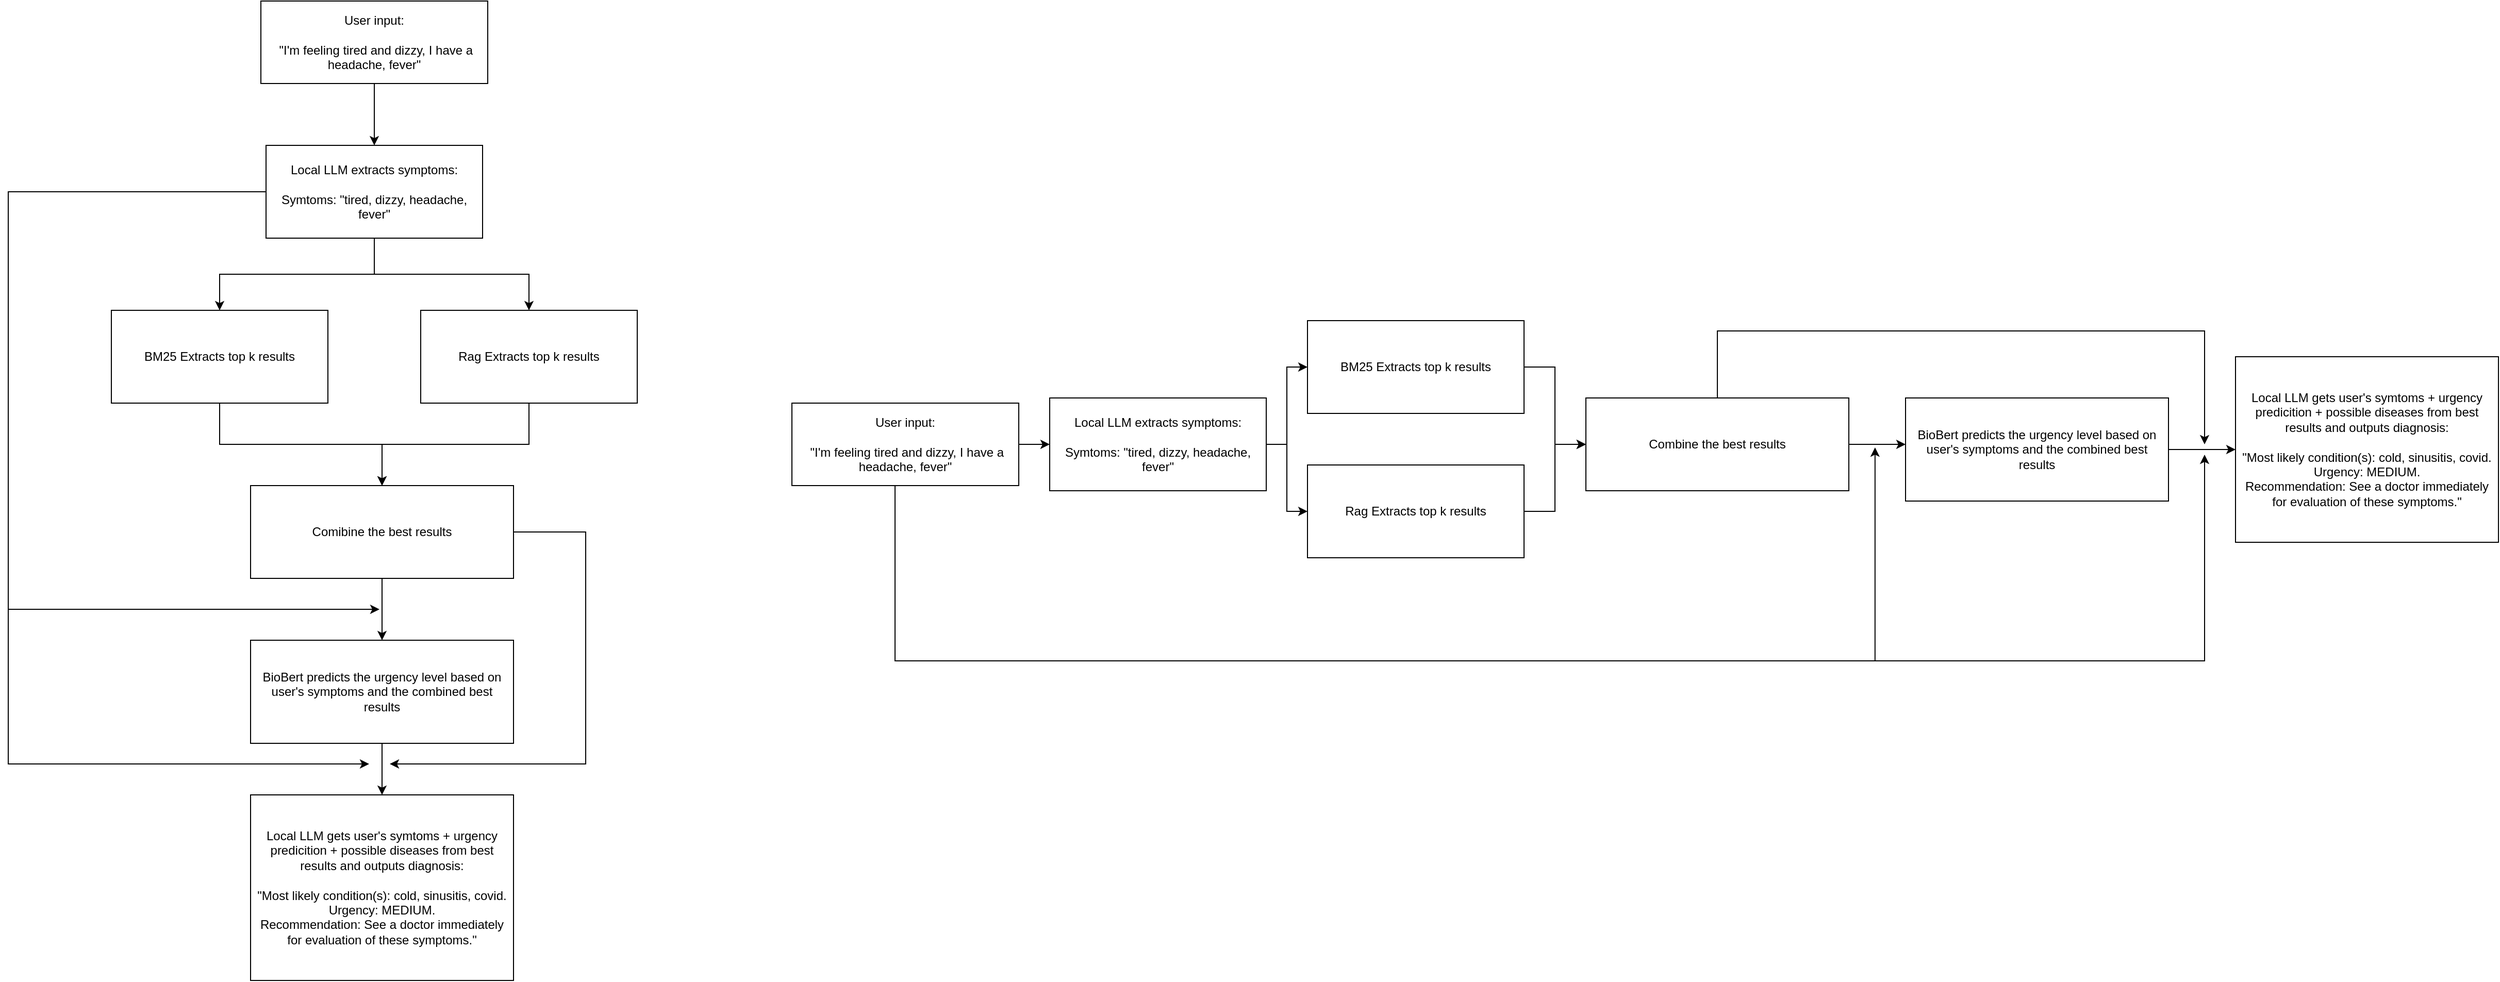
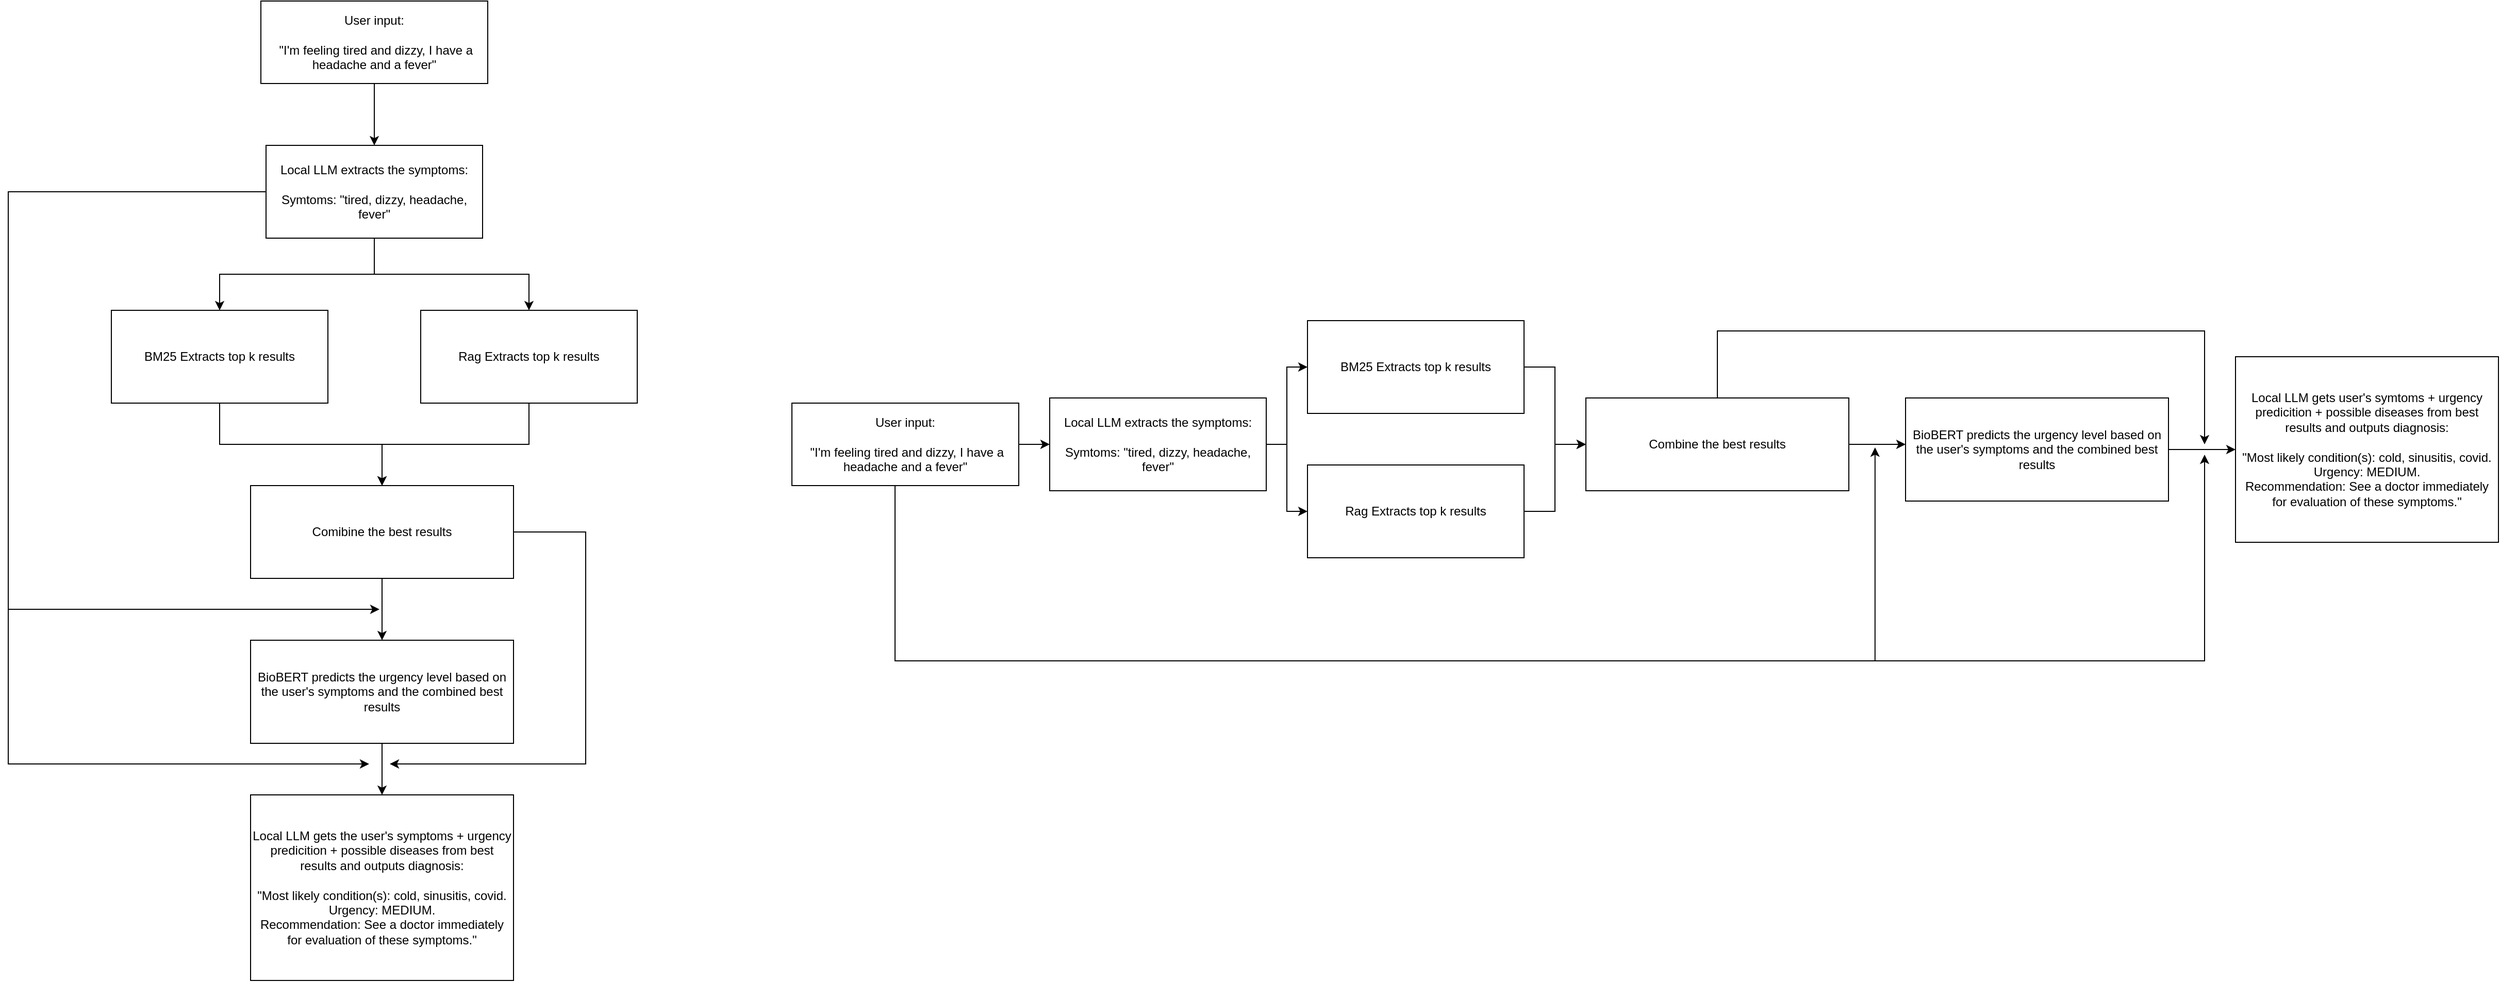
<mxfile host="app.diagrams.net">
  <diagram name="Page-1" id="xwwan3JBwpwhcqVraBZ7">
-     <mxGraphModel dx="2948" dy="1688" grid="1" gridSize="10" guides="1" tooltips="1" connect="1" arrows="1" fold="1" page="1" pageScale="1" pageWidth="1100" pageHeight="1700" math="0" shadow="0">
+     <mxGraphModel dx="1965" dy="1125" grid="1" gridSize="10" guides="1" tooltips="1" connect="1" arrows="1" fold="1" page="1" pageScale="1" pageWidth="1100" pageHeight="1700" math="0" shadow="0">
      <root>
        <mxCell id="0" />
        <mxCell id="1" parent="0" />
        <mxCell id="aHj3oTs3HQtHgEqtrpzf-4" edge="1" parent="1" source="aHj3oTs3HQtHgEqtrpzf-1" style="edgeStyle=orthogonalEdgeStyle;rounded=0;orthogonalLoop=1;jettySize=auto;html=1;" target="aHj3oTs3HQtHgEqtrpzf-3">
          <mxGeometry relative="1" as="geometry" />
        </mxCell>
-         <mxCell id="aHj3oTs3HQtHgEqtrpzf-1" parent="1" style="rounded=0;whiteSpace=wrap;html=1;" value="User input:&lt;div&gt;&lt;br&gt;&lt;/div&gt;&lt;div&gt;&amp;nbsp;&quot;I&#39;m feeling tired and dizzy, I have a headache, fever&quot;&lt;/div&gt;" vertex="1">
+         <mxCell id="aHj3oTs3HQtHgEqtrpzf-1" parent="1" style="rounded=0;whiteSpace=wrap;html=1;" value="User input:&lt;div&gt;&lt;br&gt;&lt;/div&gt;&lt;div&gt;&amp;nbsp;&quot;I&#39;m feeling tired and dizzy, I have a headache and a fever&quot;&lt;/div&gt;" vertex="1">
          <mxGeometry height="80" width="220" x="355" y="30" as="geometry" />
        </mxCell>
        <mxCell id="aHj3oTs3HQtHgEqtrpzf-7" edge="1" parent="1" source="aHj3oTs3HQtHgEqtrpzf-3" style="edgeStyle=orthogonalEdgeStyle;rounded=0;orthogonalLoop=1;jettySize=auto;html=1;" target="aHj3oTs3HQtHgEqtrpzf-5">
          <mxGeometry relative="1" as="geometry" />
        </mxCell>
        <mxCell id="aHj3oTs3HQtHgEqtrpzf-8" edge="1" parent="1" source="aHj3oTs3HQtHgEqtrpzf-3" style="edgeStyle=orthogonalEdgeStyle;rounded=0;orthogonalLoop=1;jettySize=auto;html=1;entryX=0.5;entryY=0;entryDx=0;entryDy=0;" target="aHj3oTs3HQtHgEqtrpzf-6">
          <mxGeometry relative="1" as="geometry" />
        </mxCell>
        <mxCell id="aHj3oTs3HQtHgEqtrpzf-17" edge="1" parent="1" source="aHj3oTs3HQtHgEqtrpzf-3" style="edgeStyle=orthogonalEdgeStyle;rounded=0;orthogonalLoop=1;jettySize=auto;html=1;">
          <mxGeometry relative="1" as="geometry">
            <Array as="points">
              <mxPoint x="110" y="215" />
              <mxPoint x="110" y="770" />
              <mxPoint x="345" y="770" />
            </Array>
            <mxPoint x="460" y="770" as="targetPoint" />
          </mxGeometry>
        </mxCell>
-         <mxCell id="aHj3oTs3HQtHgEqtrpzf-3" parent="1" style="rounded=0;whiteSpace=wrap;html=1;" value="Local LLM extracts symptoms:&lt;div&gt;&lt;br&gt;&lt;/div&gt;&lt;div&gt;Symtoms: &quot;tired, dizzy, headache, fever&quot;&lt;/div&gt;" vertex="1">
+         <mxCell id="aHj3oTs3HQtHgEqtrpzf-3" parent="1" style="rounded=0;whiteSpace=wrap;html=1;" value="Local LLM extracts the symptoms:&lt;div&gt;&lt;br&gt;&lt;/div&gt;&lt;div&gt;Symtoms: &quot;tired, dizzy, headache, fever&quot;&lt;/div&gt;" vertex="1">
          <mxGeometry height="90" width="210" x="360" y="170" as="geometry" />
        </mxCell>
        <mxCell id="aHj3oTs3HQtHgEqtrpzf-10" edge="1" parent="1" source="aHj3oTs3HQtHgEqtrpzf-5" style="edgeStyle=orthogonalEdgeStyle;rounded=0;orthogonalLoop=1;jettySize=auto;html=1;" target="aHj3oTs3HQtHgEqtrpzf-9">
          <mxGeometry relative="1" as="geometry" />
        </mxCell>
        <mxCell id="aHj3oTs3HQtHgEqtrpzf-5" parent="1" style="rounded=0;whiteSpace=wrap;html=1;" value="BM25 Extracts top k results" vertex="1">
          <mxGeometry height="90" width="210" x="210" y="330" as="geometry" />
        </mxCell>
        <mxCell id="aHj3oTs3HQtHgEqtrpzf-11" edge="1" parent="1" source="aHj3oTs3HQtHgEqtrpzf-6" style="edgeStyle=orthogonalEdgeStyle;rounded=0;orthogonalLoop=1;jettySize=auto;html=1;entryX=0.5;entryY=0;entryDx=0;entryDy=0;" target="aHj3oTs3HQtHgEqtrpzf-9">
          <mxGeometry relative="1" as="geometry" />
        </mxCell>
        <mxCell id="aHj3oTs3HQtHgEqtrpzf-6" parent="1" style="rounded=0;whiteSpace=wrap;html=1;" value="Rag Extracts top k results" vertex="1">
          <mxGeometry height="90" width="210" x="510" y="330" as="geometry" />
        </mxCell>
        <mxCell id="aHj3oTs3HQtHgEqtrpzf-13" edge="1" parent="1" source="aHj3oTs3HQtHgEqtrpzf-9" style="edgeStyle=orthogonalEdgeStyle;rounded=0;orthogonalLoop=1;jettySize=auto;html=1;entryX=0.5;entryY=0;entryDx=0;entryDy=0;" target="aHj3oTs3HQtHgEqtrpzf-12">
          <mxGeometry relative="1" as="geometry" />
        </mxCell>
        <mxCell id="aHj3oTs3HQtHgEqtrpzf-45" edge="1" parent="1" source="aHj3oTs3HQtHgEqtrpzf-9" style="edgeStyle=orthogonalEdgeStyle;rounded=0;orthogonalLoop=1;jettySize=auto;html=1;">
          <mxGeometry relative="1" as="geometry">
            <Array as="points">
              <mxPoint x="670" y="545" />
              <mxPoint x="670" y="770" />
            </Array>
            <mxPoint x="480" y="770" as="targetPoint" />
          </mxGeometry>
        </mxCell>
        <mxCell id="aHj3oTs3HQtHgEqtrpzf-9" parent="1" style="rounded=0;whiteSpace=wrap;html=1;" value="Comibine the best results" vertex="1">
          <mxGeometry height="90" width="255" x="345" y="500" as="geometry" />
        </mxCell>
        <mxCell id="aHj3oTs3HQtHgEqtrpzf-15" edge="1" parent="1" source="aHj3oTs3HQtHgEqtrpzf-12" style="edgeStyle=orthogonalEdgeStyle;rounded=0;orthogonalLoop=1;jettySize=auto;html=1;entryX=0.5;entryY=0;entryDx=0;entryDy=0;" target="aHj3oTs3HQtHgEqtrpzf-16">
          <mxGeometry relative="1" as="geometry">
            <mxPoint x="450" y="810" as="targetPoint" />
          </mxGeometry>
        </mxCell>
-         <mxCell id="aHj3oTs3HQtHgEqtrpzf-12" parent="1" style="rounded=0;whiteSpace=wrap;html=1;" value="BioBert predicts the urgency level based on user&#39;s symptoms and the combined best results" vertex="1">
+         <mxCell id="aHj3oTs3HQtHgEqtrpzf-12" parent="1" style="rounded=0;whiteSpace=wrap;html=1;" value="BioBERT predicts the urgency level based on the user&#39;s symptoms and the combined best results" vertex="1">
          <mxGeometry height="100" width="255" x="345" y="650" as="geometry" />
        </mxCell>
        <mxCell id="aHj3oTs3HQtHgEqtrpzf-14" edge="1" parent="1" source="aHj3oTs3HQtHgEqtrpzf-3" style="edgeStyle=orthogonalEdgeStyle;rounded=0;orthogonalLoop=1;jettySize=auto;html=1;">
          <mxGeometry relative="1" as="geometry">
            <Array as="points">
              <mxPoint x="110" y="215" />
              <mxPoint x="110" y="620" />
              <mxPoint x="340" y="620" />
            </Array>
            <mxPoint x="470" y="620" as="targetPoint" />
          </mxGeometry>
        </mxCell>
-         <mxCell id="aHj3oTs3HQtHgEqtrpzf-16" parent="1" style="rounded=0;whiteSpace=wrap;html=1;" value="Local LLM gets user&#39;s symtoms + urgency predicition + possible diseases from best results and outputs diagnosis:&lt;div&gt;&lt;br&gt;&lt;/div&gt;&lt;div&gt;&quot;&lt;span style=&quot;background-color: transparent;&quot;&gt;Most likely condition(s): cold, sinusitis, covid.&lt;/span&gt;&lt;/div&gt;&lt;div&gt;Urgency: MEDIUM.&lt;/div&gt;&lt;div&gt;&lt;span style=&quot;background-color: transparent;&quot;&gt;Recommendation: See a doctor immediately for evaluation of these symptoms.&lt;/span&gt;&quot;&lt;/div&gt;" vertex="1">
+         <mxCell id="aHj3oTs3HQtHgEqtrpzf-16" parent="1" style="rounded=0;whiteSpace=wrap;html=1;" value="Local LLM gets the user&#39;s symptoms + urgency predicition + possible diseases from best results and outputs diagnosis:&lt;div&gt;&lt;br&gt;&lt;/div&gt;&lt;div&gt;&quot;&lt;span style=&quot;background-color: transparent;&quot;&gt;Most likely condition(s): cold, sinusitis, covid.&lt;/span&gt;&lt;/div&gt;&lt;div&gt;Urgency: MEDIUM.&lt;/div&gt;&lt;div&gt;&lt;span style=&quot;background-color: transparent;&quot;&gt;Recommendation: See a doctor immediately for evaluation of these symptoms.&lt;/span&gt;&quot;&lt;/div&gt;" vertex="1">
          <mxGeometry height="180" width="255" x="345" y="800" as="geometry" />
        </mxCell>
        <mxCell id="aHj3oTs3HQtHgEqtrpzf-19" edge="1" parent="1" source="aHj3oTs3HQtHgEqtrpzf-20" style="edgeStyle=orthogonalEdgeStyle;rounded=0;orthogonalLoop=1;jettySize=auto;html=1;" target="aHj3oTs3HQtHgEqtrpzf-24">
          <mxGeometry relative="1" as="geometry" />
        </mxCell>
        <mxCell id="aHj3oTs3HQtHgEqtrpzf-39" edge="1" parent="1" source="aHj3oTs3HQtHgEqtrpzf-20" style="edgeStyle=orthogonalEdgeStyle;rounded=0;orthogonalLoop=1;jettySize=auto;html=1;entryX=0.433;entryY=0.98;entryDx=0;entryDy=0;entryPerimeter=0;exitX=0.5;exitY=1;exitDx=0;exitDy=0;">
          <mxGeometry relative="1" as="geometry">
            <Array as="points">
              <mxPoint x="970" y="500" />
              <mxPoint x="970" y="670" />
              <mxPoint x="1920" y="670" />
            </Array>
            <mxPoint x="840" y="450" as="sourcePoint" />
            <mxPoint x="1920.415" y="463" as="targetPoint" />
          </mxGeometry>
        </mxCell>
        <mxCell id="aHj3oTs3HQtHgEqtrpzf-40" edge="1" parent="1" style="edgeStyle=orthogonalEdgeStyle;rounded=0;orthogonalLoop=1;jettySize=auto;html=1;">
          <mxGeometry relative="1" as="geometry">
            <Array as="points">
              <mxPoint x="970" y="670" />
              <mxPoint x="2240" y="670" />
              <mxPoint x="2240" y="470" />
            </Array>
            <mxPoint x="970" y="500" as="sourcePoint" />
            <mxPoint x="2240" y="470" as="targetPoint" />
          </mxGeometry>
        </mxCell>
-         <mxCell id="aHj3oTs3HQtHgEqtrpzf-20" parent="1" style="rounded=0;whiteSpace=wrap;html=1;" value="User input:&lt;div&gt;&lt;br&gt;&lt;/div&gt;&lt;div&gt;&amp;nbsp;&quot;I&#39;m feeling tired and dizzy, I have a headache, fever&quot;&lt;/div&gt;" vertex="1">
+         <mxCell id="aHj3oTs3HQtHgEqtrpzf-20" parent="1" style="rounded=0;whiteSpace=wrap;html=1;" value="User input:&lt;div&gt;&lt;br&gt;&lt;/div&gt;&lt;div&gt;&amp;nbsp;&quot;I&#39;m feeling tired and dizzy, I have a headache and a fever&quot;&lt;/div&gt;" vertex="1">
          <mxGeometry height="80" width="220" x="870.0000000000001" y="420" as="geometry" />
        </mxCell>
        <mxCell id="aHj3oTs3HQtHgEqtrpzf-21" edge="1" parent="1" source="aHj3oTs3HQtHgEqtrpzf-24" style="edgeStyle=orthogonalEdgeStyle;rounded=0;orthogonalLoop=1;jettySize=auto;html=1;" target="aHj3oTs3HQtHgEqtrpzf-26">
          <mxGeometry relative="1" as="geometry" />
        </mxCell>
        <mxCell id="aHj3oTs3HQtHgEqtrpzf-36" edge="1" parent="1" source="aHj3oTs3HQtHgEqtrpzf-24" style="edgeStyle=orthogonalEdgeStyle;rounded=0;orthogonalLoop=1;jettySize=auto;html=1;entryX=0;entryY=0.5;entryDx=0;entryDy=0;" target="aHj3oTs3HQtHgEqtrpzf-28">
          <mxGeometry relative="1" as="geometry" />
        </mxCell>
-         <mxCell id="aHj3oTs3HQtHgEqtrpzf-24" parent="1" style="rounded=0;whiteSpace=wrap;html=1;" value="Local LLM extracts symptoms:&lt;div&gt;&lt;br&gt;&lt;/div&gt;&lt;div&gt;Symtoms: &quot;tired, dizzy, headache, fever&quot;&lt;/div&gt;" vertex="1">
+         <mxCell id="aHj3oTs3HQtHgEqtrpzf-24" parent="1" style="rounded=0;whiteSpace=wrap;html=1;" value="Local LLM extracts the symptoms:&lt;div&gt;&lt;br&gt;&lt;/div&gt;&lt;div&gt;Symtoms: &quot;tired, dizzy, headache, fever&quot;&lt;/div&gt;" vertex="1">
          <mxGeometry height="90" width="210" x="1120" y="415" as="geometry" />
        </mxCell>
        <mxCell id="aHj3oTs3HQtHgEqtrpzf-25" edge="1" parent="1" source="aHj3oTs3HQtHgEqtrpzf-26" style="edgeStyle=orthogonalEdgeStyle;rounded=0;orthogonalLoop=1;jettySize=auto;html=1;" target="aHj3oTs3HQtHgEqtrpzf-30">
          <mxGeometry relative="1" as="geometry" />
        </mxCell>
        <mxCell id="aHj3oTs3HQtHgEqtrpzf-37" edge="1" parent="1" source="aHj3oTs3HQtHgEqtrpzf-28" style="edgeStyle=orthogonalEdgeStyle;rounded=0;orthogonalLoop=1;jettySize=auto;html=1;exitX=1;exitY=0.5;exitDx=0;exitDy=0;">
          <mxGeometry relative="1" as="geometry">
            <Array as="points">
              <mxPoint x="1610" y="525" />
              <mxPoint x="1610" y="460" />
            </Array>
            <mxPoint x="1640" y="460" as="targetPoint" />
          </mxGeometry>
        </mxCell>
        <mxCell id="aHj3oTs3HQtHgEqtrpzf-28" parent="1" style="rounded=0;whiteSpace=wrap;html=1;" value="Rag Extracts top k results" vertex="1">
          <mxGeometry height="90" width="210" x="1370" y="480" as="geometry" />
        </mxCell>
        <mxCell id="aHj3oTs3HQtHgEqtrpzf-42" edge="1" parent="1" source="aHj3oTs3HQtHgEqtrpzf-30" style="edgeStyle=orthogonalEdgeStyle;rounded=0;orthogonalLoop=1;jettySize=auto;html=1;">
          <mxGeometry relative="1" as="geometry">
            <Array as="points">
              <mxPoint x="1767" y="350" />
              <mxPoint x="2240" y="350" />
            </Array>
            <mxPoint x="2240" y="460" as="targetPoint" />
          </mxGeometry>
        </mxCell>
        <mxCell id="aHj3oTs3HQtHgEqtrpzf-30" parent="1" style="rounded=0;whiteSpace=wrap;html=1;" value="Combine the best results" vertex="1">
          <mxGeometry height="90" width="255" x="1640" y="415" as="geometry" />
        </mxCell>
        <mxCell id="aHj3oTs3HQtHgEqtrpzf-41" edge="1" parent="1" source="aHj3oTs3HQtHgEqtrpzf-32" style="edgeStyle=orthogonalEdgeStyle;rounded=0;orthogonalLoop=1;jettySize=auto;html=1;entryX=0;entryY=0.5;entryDx=0;entryDy=0;" target="aHj3oTs3HQtHgEqtrpzf-34">
          <mxGeometry relative="1" as="geometry" />
        </mxCell>
-         <mxCell id="aHj3oTs3HQtHgEqtrpzf-32" parent="1" style="rounded=0;whiteSpace=wrap;html=1;" value="BioBert predicts the urgency level based on user&#39;s symptoms and the combined best results" vertex="1">
+         <mxCell id="aHj3oTs3HQtHgEqtrpzf-32" parent="1" style="rounded=0;whiteSpace=wrap;html=1;" value="BioBERT predicts the urgency level based on the user&#39;s symptoms and the combined best results" vertex="1">
          <mxGeometry height="100" width="255" x="1950" y="415" as="geometry" />
        </mxCell>
        <mxCell id="aHj3oTs3HQtHgEqtrpzf-34" parent="1" style="rounded=0;whiteSpace=wrap;html=1;" value="Local LLM gets user&#39;s symtoms + urgency predicition + possible diseases from best results and outputs diagnosis:&lt;div&gt;&lt;br&gt;&lt;/div&gt;&lt;div&gt;&quot;&lt;span style=&quot;background-color: transparent;&quot;&gt;Most likely condition(s): cold, sinusitis, covid.&lt;/span&gt;&lt;/div&gt;&lt;div&gt;Urgency: MEDIUM.&lt;/div&gt;&lt;div&gt;&lt;span style=&quot;background-color: transparent;&quot;&gt;Recommendation: See a doctor immediately for evaluation of these symptoms.&lt;/span&gt;&quot;&lt;/div&gt;" vertex="1">
          <mxGeometry height="180" width="255" x="2270" y="375" as="geometry" />
        </mxCell>
        <mxCell id="aHj3oTs3HQtHgEqtrpzf-26" parent="1" style="rounded=0;whiteSpace=wrap;html=1;" value="BM25 Extracts top k results" vertex="1">
          <mxGeometry height="90" width="210" x="1370" y="340" as="geometry" />
        </mxCell>
        <mxCell id="aHj3oTs3HQtHgEqtrpzf-38" edge="1" parent="1" source="aHj3oTs3HQtHgEqtrpzf-30" style="edgeStyle=orthogonalEdgeStyle;rounded=0;orthogonalLoop=1;jettySize=auto;html=1;entryX=0;entryY=0.45;entryDx=0;entryDy=0;entryPerimeter=0;" target="aHj3oTs3HQtHgEqtrpzf-32">
          <mxGeometry relative="1" as="geometry" />
        </mxCell>
      </root>
    </mxGraphModel>
  </diagram>
</mxfile>
